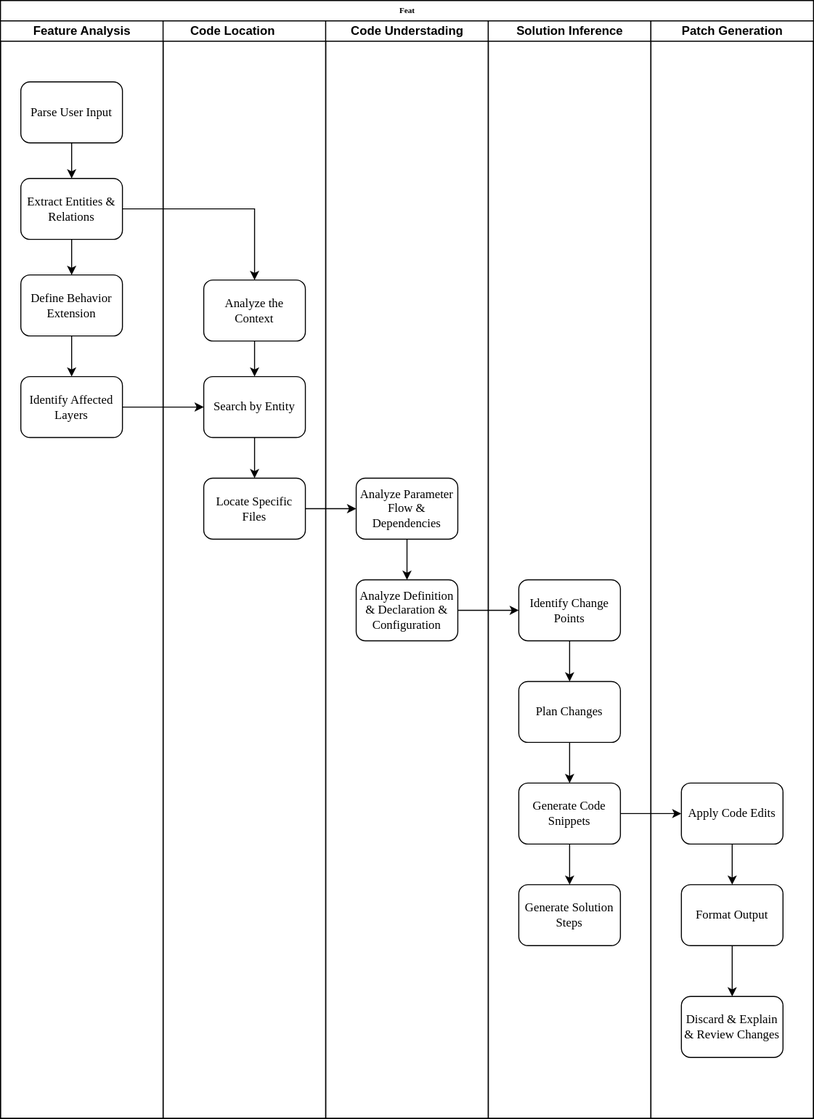
Earlier version of the draw.io export feat.svg (BullFrogDianDian/SoftEngineer). Source tidied: cells renumbered, new cells last; positions are measured from the earlier drawing's top-left corner, leaving out a move shared by most shapes.
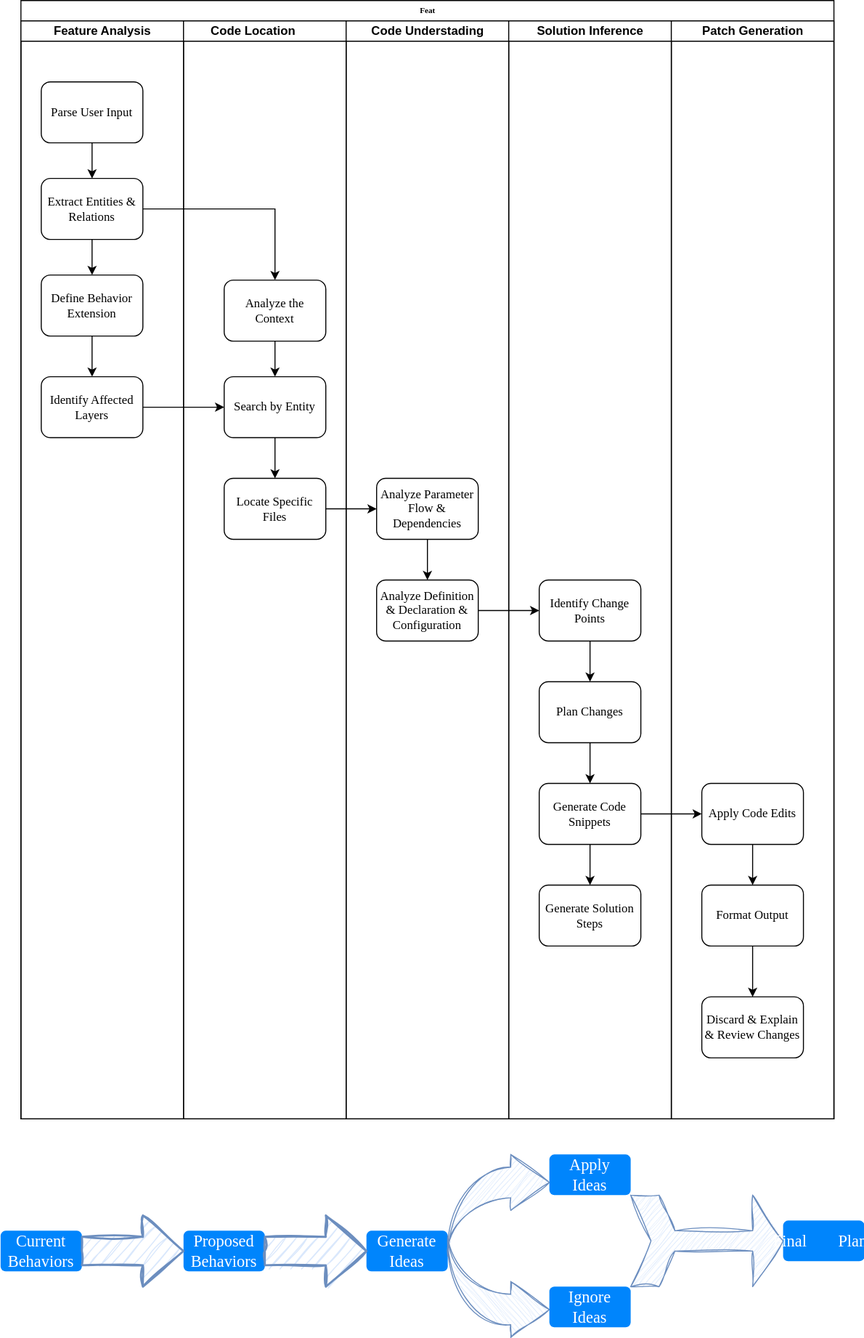
The same diagram one commit later.

The edit, as a diff of the source:
```diff
@@ -121,5 +121,38 @@
     <mxCell id="39" style="edgeStyle=orthogonalEdgeStyle;rounded=0;jettySize=auto;html=1;" parent="2" edge="1" source="27" target="31">
       <mxGeometry relative="1" as="geometry" />
     </mxCell>
+    <mxCell id="40" value="&lt;font face=&quot;Comic Sans MS&quot;&gt;Proposed Behaviors&lt;/font&gt;" style="html=1;shadow=0;dashed=0;shape=mxgraph.bootstrap.rrect;rSize=5;strokeColor=none;strokeWidth=1;fillColor=#0085FC;fontColor=#FFFFFF;whiteSpace=wrap;align=center;verticalAlign=middle;spacingLeft=0;fontStyle=0;fontSize=16;spacing=5;" parent="1" vertex="1">
+      <mxGeometry x="160" y="1210" width="80" height="40" as="geometry" />
+    </mxCell>
+    <mxCell id="41" value="&lt;font face=&quot;Comic Sans MS&quot;&gt;Current Behaviors&lt;/font&gt;" style="html=1;shadow=0;dashed=0;shape=mxgraph.bootstrap.rrect;rSize=5;strokeColor=none;strokeWidth=1;fillColor=#0085FC;fontColor=#FFFFFF;whiteSpace=wrap;align=center;verticalAlign=middle;spacingLeft=0;fontStyle=0;fontSize=16;spacing=5;" parent="1" vertex="1">
+      <mxGeometry x="-20" y="1210" width="80" height="40" as="geometry" />
+    </mxCell>
+    <mxCell id="42" value="&lt;font face=&quot;Comic Sans MS&quot;&gt;Apply Ideas&lt;/font&gt;" style="html=1;shadow=0;dashed=0;shape=mxgraph.bootstrap.rrect;rSize=5;strokeColor=none;strokeWidth=1;fillColor=#0085FC;fontColor=#FFFFFF;whiteSpace=wrap;align=center;verticalAlign=middle;spacingLeft=0;fontStyle=0;fontSize=16;spacing=5;" parent="1" vertex="1">
+      <mxGeometry x="520" y="1135" width="80" height="40" as="geometry" />
+    </mxCell>
+    <mxCell id="43" value="&lt;font face=&quot;Comic Sans MS&quot;&gt;Generate Ideas&lt;/font&gt;" style="html=1;shadow=0;dashed=0;shape=mxgraph.bootstrap.rrect;rSize=5;strokeColor=none;strokeWidth=1;fillColor=#0085FC;fontColor=#FFFFFF;whiteSpace=wrap;align=center;verticalAlign=middle;spacingLeft=0;fontStyle=0;fontSize=16;spacing=5;" parent="1" vertex="1">
+      <mxGeometry x="340" y="1210" width="80" height="40" as="geometry" />
+    </mxCell>
+    <mxCell id="44" style="html=1;shadow=0;dashed=0;align=center;verticalAlign=middle;shape=mxgraph.arrows2.jumpInArrow;dy=15;dx=38;arrowHead=55;fillColor=#dae8fc;strokeColor=#6c8ebf;sketch=1;curveFitting=1;jiggle=2;" parent="1" vertex="1">
+      <mxGeometry x="420" y="1135" width="100" height="100" as="geometry" />
+    </mxCell>
+    <mxCell id="45" style="verticalLabelPosition=bottom;verticalAlign=top;html=1;strokeWidth=2;shape=mxgraph.arrows2.arrow;dy=0.6;dx=40;notch=0;fillColor=#dae8fc;strokeColor=#6c8ebf;sketch=1;curveFitting=1;jiggle=2;" parent="1" vertex="1">
+      <mxGeometry x="60" y="1195" width="100" height="70" as="geometry" />
+    </mxCell>
+    <mxCell id="46" style="verticalLabelPosition=bottom;verticalAlign=top;html=1;strokeWidth=2;shape=mxgraph.arrows2.arrow;dy=0.6;dx=40;notch=0;fillColor=#dae8fc;strokeColor=#6c8ebf;sketch=1;curveFitting=1;jiggle=2;" parent="1" vertex="1">
+      <mxGeometry x="240" y="1195" width="100" height="70" as="geometry" />
+    </mxCell>
+    <mxCell id="47" style="html=1;shadow=0;dashed=0;align=center;verticalAlign=middle;shape=mxgraph.arrows2.jumpInArrow;dy=15;dx=38;arrowHead=55;fillColor=#dae8fc;strokeColor=#6c8ebf;sketch=1;curveFitting=1;jiggle=2;direction=west;flipH=1;" parent="1" vertex="1">
+      <mxGeometry x="420" y="1215" width="100" height="100" as="geometry" />
+    </mxCell>
+    <mxCell id="48" value="&lt;font face=&quot;Comic Sans MS&quot;&gt;Ignore Ideas&lt;/font&gt;" style="html=1;shadow=0;dashed=0;shape=mxgraph.bootstrap.rrect;rSize=5;strokeColor=none;strokeWidth=1;fillColor=#0085FC;fontColor=#FFFFFF;whiteSpace=wrap;align=center;verticalAlign=middle;spacingLeft=0;fontStyle=0;fontSize=16;spacing=5;" parent="1" vertex="1">
+      <mxGeometry x="520" y="1265" width="80" height="40" as="geometry" />
+    </mxCell>
+    <mxCell id="49" style="html=1;shadow=0;dashed=0;align=center;verticalAlign=middle;shape=mxgraph.arrows2.tailedNotchedArrow;dy1=10;dx1=30;notch=20;arrowHead=35;dx2=28;dy2=45;sketch=1;curveFitting=1;jiggle=2;fillColor=#dae8fc;strokeColor=#6c8ebf;" parent="1" vertex="1">
+      <mxGeometry x="600" y="1175" width="150" height="90" as="geometry" />
+    </mxCell>
+    <mxCell id="50" value="&lt;font face=&quot;Comic Sans MS&quot;&gt;Final&lt;span style=&quot;white-space: pre;&quot;&gt;&#9;&lt;/span&gt;Plans&lt;/font&gt;" style="html=1;shadow=0;dashed=0;shape=mxgraph.bootstrap.rrect;rSize=5;strokeColor=none;strokeWidth=1;fillColor=#0085FC;fontColor=#FFFFFF;whiteSpace=wrap;align=center;verticalAlign=middle;spacingLeft=0;fontStyle=0;fontSize=16;spacing=5;" parent="1" vertex="1">
+      <mxGeometry x="750" y="1200" width="80" height="40" as="geometry" />
+    </mxCell>
   </root>
 </mxGraphModel>
```
